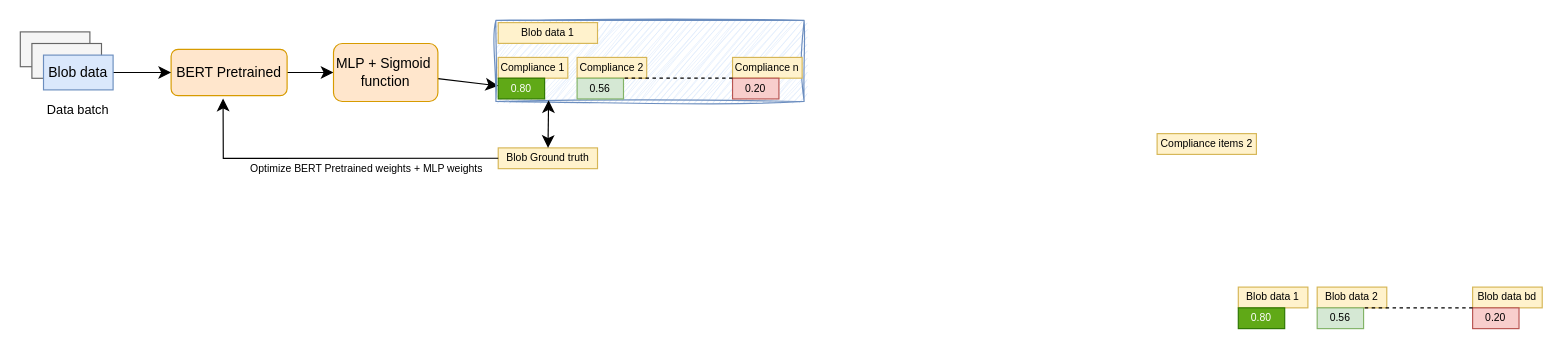
prabhupad26/100daysofML keeps this draw.io diagram as page "Page-10" (10 of 11) of ir_sys.drawio. Above is the earlier version. Source tidied: cells renumbered, new cells numbered last; positions are measured from the earlier drawing's top-left corner, leaving out a move shared by most shapes. Both pictures are drawn from the tidied source at 116%, with x=0, y=0 at pixel (20, 20).
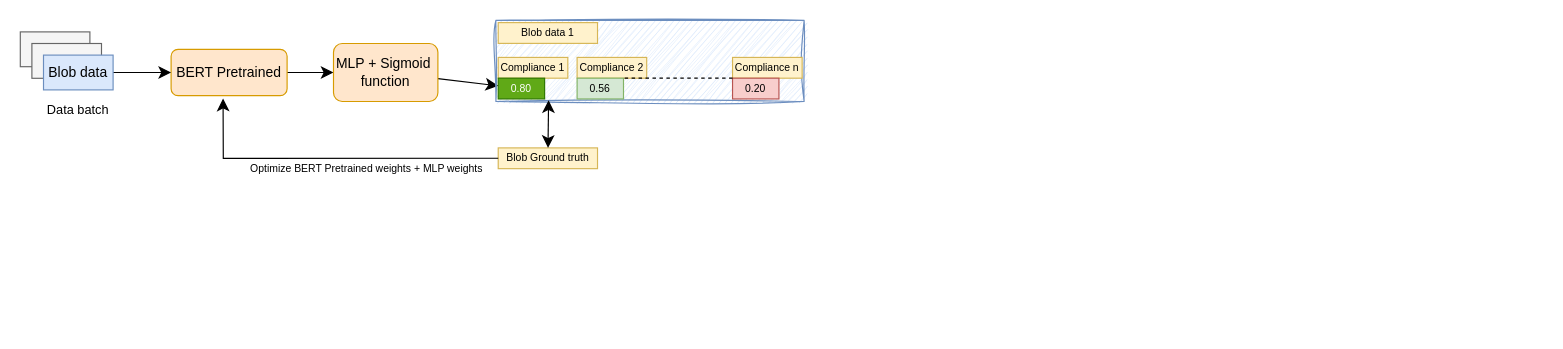
The same diagram, later.

Change to the diagram source:
```diff
@@
-    <mxCell id="20" value="Compliance items 2" style="rounded=0;whiteSpace=wrap;html=1;fillColor=#fff2cc;strokeColor=#d6b656;fontSize=9;" parent="1" vertex="1">
-      <mxGeometry x="980" y="97.7" width="85.6" height="17.9" as="geometry" />
-    </mxCell>
-    <mxCell id="21" value="Blob data 1" style="rounded=0;whiteSpace=wrap;html=1;fillColor=#fff2cc;strokeColor=#d6b656;fontSize=9;" parent="1" vertex="1">
-      <mxGeometry x="1050" y="230" width="60" height="17.9" as="geometry" />
-    </mxCell>
-    <mxCell id="22" value="0.80" style="rounded=0;whiteSpace=wrap;html=1;fillColor=#60a917;strokeColor=#2D7600;fontSize=9;fontColor=#ffffff;" parent="1" vertex="1">
-      <mxGeometry x="1050" y="247.9" width="40" height="17.9" as="geometry" />
-    </mxCell>
-    <mxCell id="23" value="Blob data 2" style="rounded=0;whiteSpace=wrap;html=1;fillColor=#fff2cc;strokeColor=#d6b656;fontSize=9;" parent="1" vertex="1">
-      <mxGeometry x="1118" y="230" width="60" height="17.9" as="geometry" />
-    </mxCell>
-    <mxCell id="24" value="0.56" style="rounded=0;whiteSpace=wrap;html=1;fillColor=#d5e8d4;strokeColor=#82b366;fontSize=9;" parent="1" vertex="1">
-      <mxGeometry x="1118" y="247.9" width="40" height="17.9" as="geometry" />
-    </mxCell>
-    <mxCell id="25" value="Blob data bd" style="rounded=0;whiteSpace=wrap;html=1;fillColor=#fff2cc;strokeColor=#d6b656;fontSize=9;" parent="1" vertex="1">
-      <mxGeometry x="1252" y="230" width="60" height="17.9" as="geometry" />
-    </mxCell>
-    <mxCell id="26" value="0.20" style="rounded=0;whiteSpace=wrap;html=1;fillColor=#f8cecc;strokeColor=#b85450;fontSize=9;" parent="1" vertex="1">
-      <mxGeometry x="1252" y="247.9" width="40" height="17.9" as="geometry" />
-    </mxCell>
-    <mxCell id="27" style="endArrow=none;dashed=1;html=1;rounded=0;exitX=0;exitY=0;exitDx=0;exitDy=0;entryX=1;entryY=0;entryDx=0;entryDy=0;" parent="1" edge="1" source="26" target="24">
-      <mxGeometry relative="1" as="geometry" />
-    </mxCell>
```
